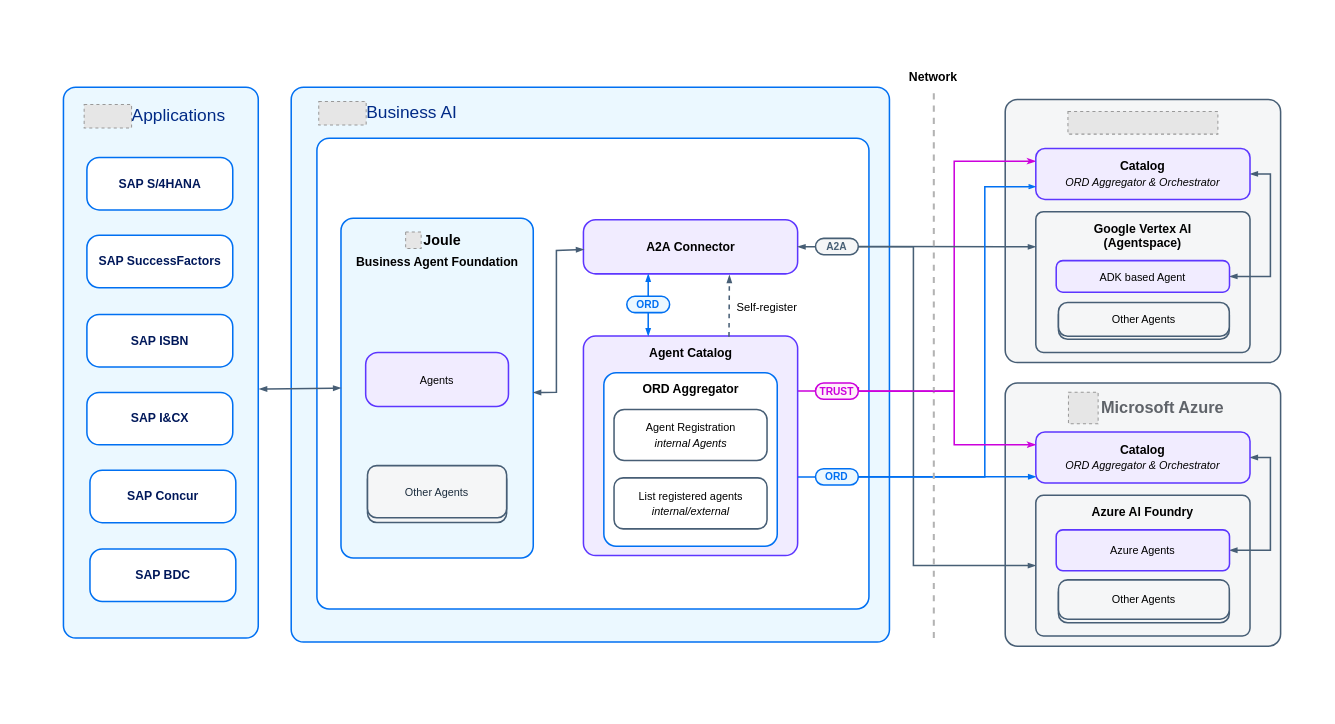
The draw.io diagram docs/ref-arch/RA0005/8-agent2agent-interoperability/drawio/a2a-ard-l1.drawio in SAP/architecture-center, before the edit. Source tidied: cells renumbered, new cells numbered last; positions are measured from the earlier drawing's top-left corner, leaving out a move shared by most shapes. Both pictures are drawn from the tidied source at 102%, with x=0, y=0 at pixel (17, 17). Pictures stored in the file or linked from it are replaced by grey dashed boxes.
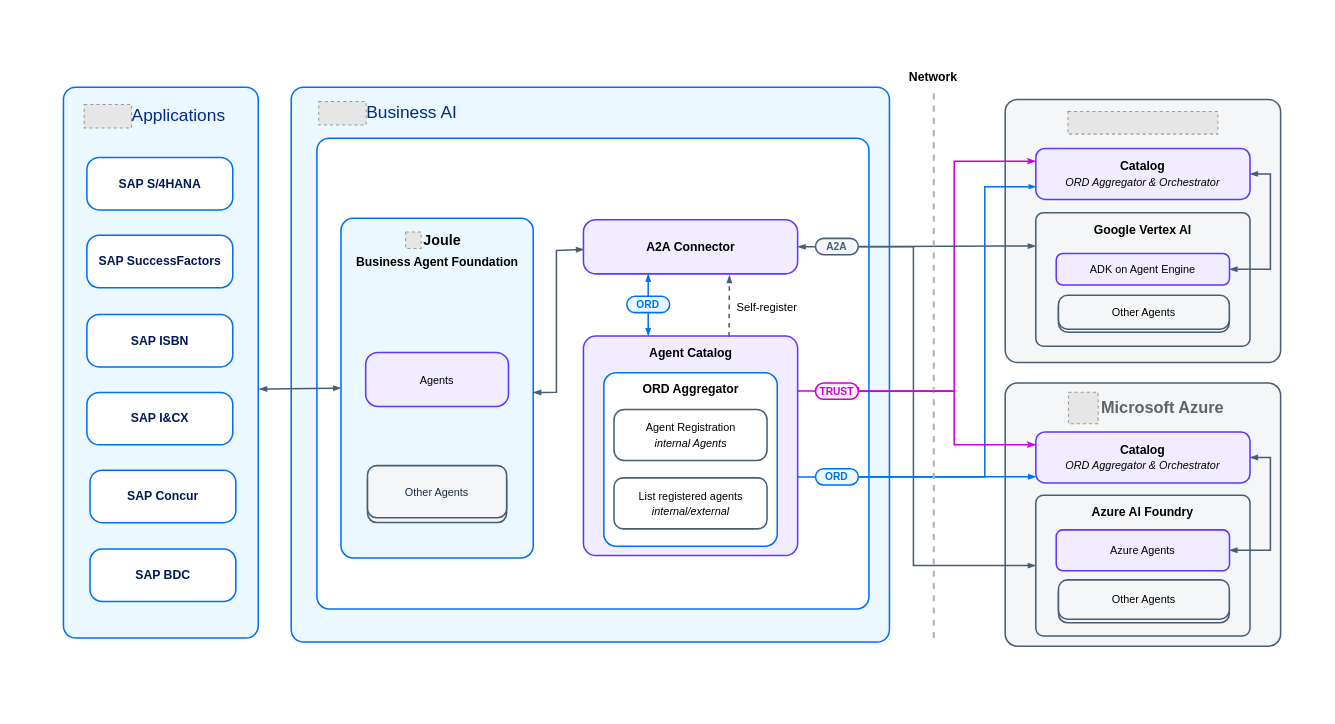
After the change.

The edit, as a diff of the source:
```diff
@@
-    <mxCell id="6" value="&lt;p style=&quot;margin-top: 0pt; margin-bottom: 0pt; margin-left: 0in; direction: ltr; unicode-bidi: embed; word-break: normal;&quot;&gt;&lt;span style=&quot;font-size:9.0pt;&lt;br/&gt;font-family:Helvetica;mso-ascii-font-family:Helvetica;mso-fareast-font-family:&lt;br/&gt;+mn-ea;mso-bidi-font-family:+mn-cs;mso-fareast-theme-font:minor-fareast;&lt;br/&gt;mso-bidi-theme-font:minor-bidi;color:black;mso-color-index:1;mso-font-kerning:&lt;br/&gt;12.0pt;language:en-US;font-weight:bold;mso-style-textfill-type:solid;&lt;br/&gt;mso-style-textfill-fill-themecolor:text1;mso-style-textfill-fill-color:black;&lt;br/&gt;mso-style-textfill-fill-alpha:100.0%&quot;&gt;Google Vertex AI &lt;br&gt;(Agentspace)&lt;/span&gt;&lt;/p&gt;" style="rounded=1;whiteSpace=wrap;html=1;strokeColor=#475E75;fillColor=#F5F6F7;arcSize=15;absoluteArcSize=1;imageWidth=64;imageHeight=64;strokeWidth=1.5;align=center;verticalAlign=top;fontFamily=Helvetica;spacingTop=3;" parent="1" vertex="1">
-      <mxGeometry x="998" y="190" width="210" height="138" as="geometry" />
+    <mxCell id="6" value="&lt;p style=&quot;margin-top: 0pt; margin-bottom: 0pt; margin-left: 0in; direction: ltr; unicode-bidi: embed; word-break: normal;&quot;&gt;&lt;span style=&quot;font-size: 9pt; font-weight: bold; background-color: initial;&quot;&gt;Google Vertex AI&lt;/span&gt;&lt;br&gt;&lt;/p&gt;" style="rounded=1;whiteSpace=wrap;html=1;strokeColor=#475E75;fillColor=#F5F6F7;arcSize=15;absoluteArcSize=1;imageWidth=64;imageHeight=64;strokeWidth=1.5;align=center;verticalAlign=top;fontFamily=Helvetica;spacingTop=3;" parent="1" vertex="1">
+      <mxGeometry x="998" y="191" width="210" height="131" as="geometry" />
     </mxCell>
@@
-    <mxCell id="10" value="&lt;p style=&quot;language:en-US;margin-top:0pt;margin-bottom:0pt;margin-left:0in;&lt;br/&gt;text-align:center;direction:ltr;unicode-bidi:embed;mso-line-break-override:&lt;br/&gt;none;word-break:normal;punctuation-wrap:hanging&quot;&gt;&lt;span style=&quot;font-size:8.0pt;&lt;br/&gt;font-family:Helvetica;mso-ascii-font-family:Helvetica;mso-fareast-font-family:&lt;br/&gt;+mn-ea;mso-bidi-font-family:+mn-cs;mso-fareast-theme-font:minor-fareast;&lt;br/&gt;mso-bidi-theme-font:minor-bidi;color:black;mso-color-index:1;mso-font-kerning:&lt;br/&gt;12.0pt;language:en-US;mso-style-textfill-type:solid;mso-style-textfill-fill-themecolor:&lt;br/&gt;text1;mso-style-textfill-fill-color:black;mso-style-textfill-fill-alpha:100.0%&quot;&gt;ADK based Agent&lt;/span&gt;&lt;/p&gt;" style="rounded=1;whiteSpace=wrap;html=1;strokeColor=#5d36ff;fillColor=#f1ecff;arcSize=13;absoluteArcSize=1;strokeWidth=1.5;fontFamily=Helvetica;" parent="1" vertex="1">
-      <mxGeometry x="1018" y="238" width="169.9" height="31" as="geometry" />
+    <mxCell id="10" value="&lt;p style=&quot;language:en-US;margin-top:0pt;margin-bottom:0pt;margin-left:0in;&lt;br/&gt;text-align:center;direction:ltr;unicode-bidi:embed;mso-line-break-override:&lt;br/&gt;none;word-break:normal;punctuation-wrap:hanging&quot;&gt;&lt;span style=&quot;font-size:8.0pt;&lt;br/&gt;font-family:Helvetica;mso-ascii-font-family:Helvetica;mso-fareast-font-family:&lt;br/&gt;+mn-ea;mso-bidi-font-family:+mn-cs;mso-fareast-theme-font:minor-fareast;&lt;br/&gt;mso-bidi-theme-font:minor-bidi;color:black;mso-color-index:1;mso-font-kerning:&lt;br/&gt;12.0pt;language:en-US;mso-style-textfill-type:solid;mso-style-textfill-fill-themecolor:&lt;br/&gt;text1;mso-style-textfill-fill-color:black;mso-style-textfill-fill-alpha:100.0%&quot;&gt;ADK on Agent Engine&lt;/span&gt;&lt;/p&gt;" style="rounded=1;whiteSpace=wrap;html=1;strokeColor=#5d36ff;fillColor=#f1ecff;arcSize=13;absoluteArcSize=1;strokeWidth=1.5;fontFamily=Helvetica;" parent="1" vertex="1">
+      <mxGeometry x="1018" y="231" width="169.9" height="31" as="geometry" />
     </mxCell>
@@
     <mxCell id="14" style="group;fontFamily=Helvetica;" parent="1" vertex="1">
-      <mxGeometry x="1018" y="279" width="172" height="37" as="geometry" />
+      <mxGeometry x="1018" y="272" width="172" height="37" as="geometry" />
     </mxCell>
```
